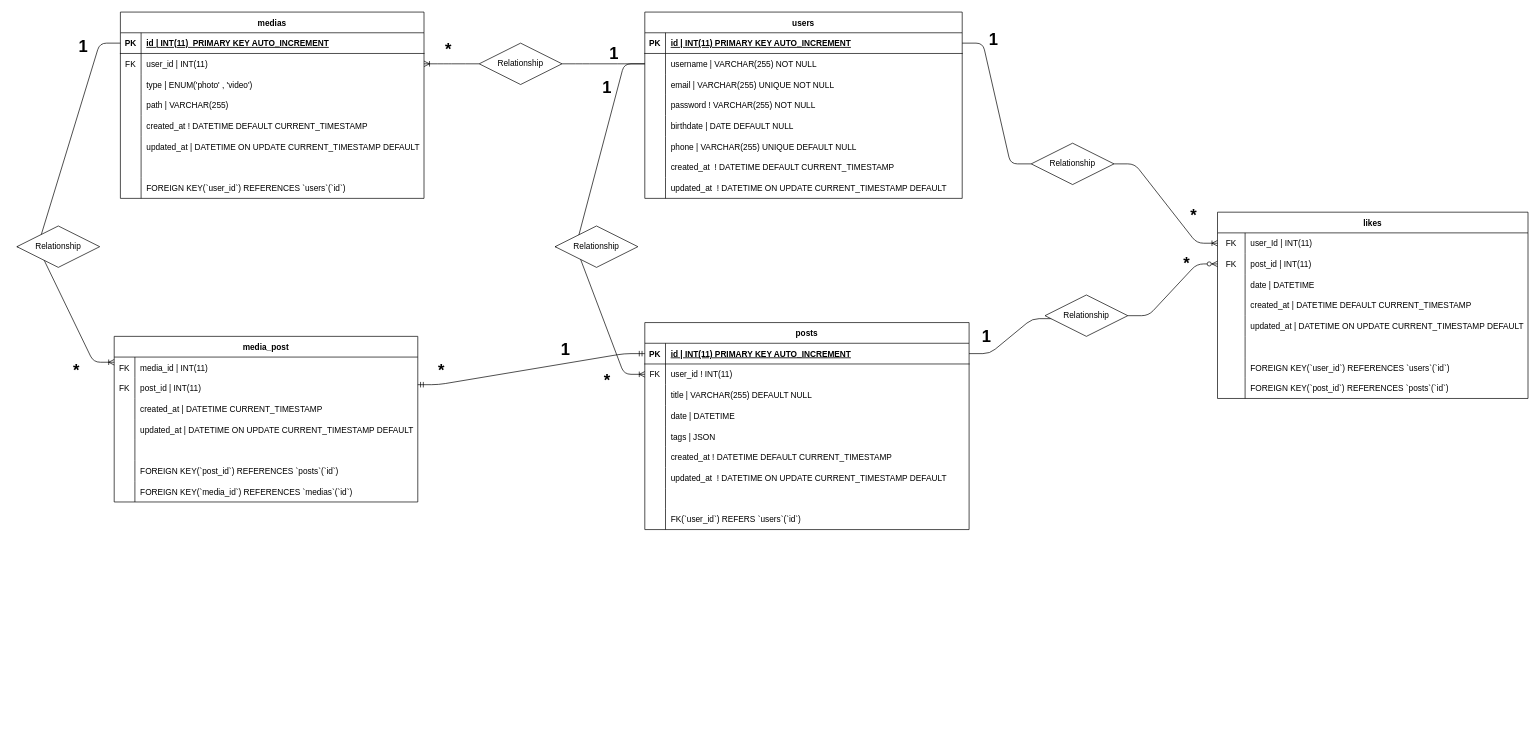
This is assets/img/ER-graph.drawio from simonemoretti94/social-platform, a draw.io file, before an edit. Source tidied: cells renumbered, new cells numbered last; positions are measured from the earlier drawing's top-left corner, leaving out a move shared by most shapes. Both pictures are drawn from the tidied source at 69%, with x=0, y=0 at pixel (17, 12).
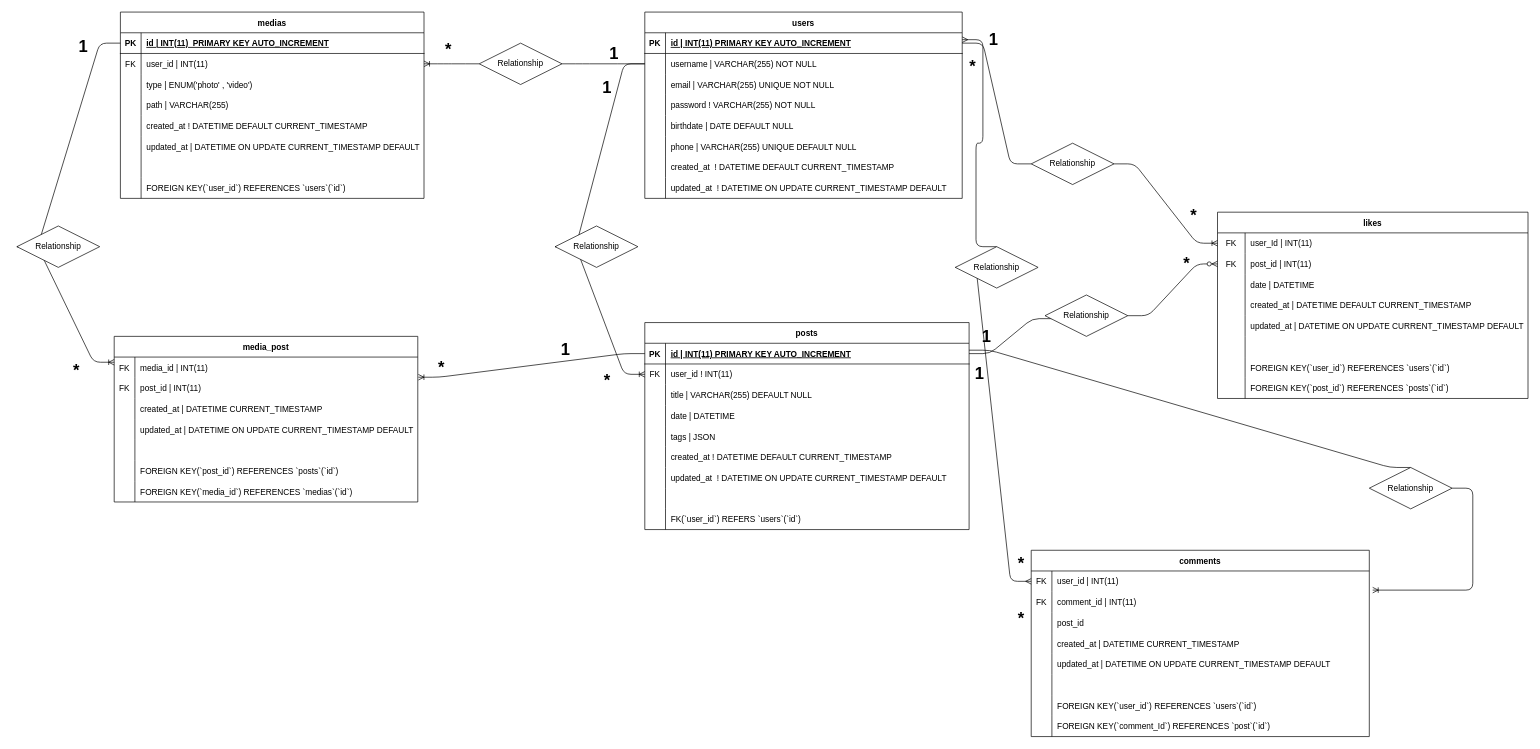
Above is the later version.

The change refers to these unchanged cells:
```xml
<mxCell id="28" style="shape=tableRow;horizontal=0;startSize=0;swimlaneHead=0;swimlaneBody=0;fillColor=none;points=[[0,0.5],[1,0.5]];portConstraint=eastwest;top=0;left=0;right=0;bottom=1;" parent="27" vertex="1">
  <mxGeometry y="30" width="470" height="30" as="geometry" />
</mxCell>
<mxCell id="119" style="shape=tableRow;horizontal=0;startSize=0;swimlaneHead=0;swimlaneBody=0;fillColor=none;points=[[0,0.5],[1,0.5]];portConstraint=eastwest;top=0;left=0;right=0;bottom=0;" parent="115" vertex="1">
  <mxGeometry y="60" width="440" height="30" as="geometry" />
</mxCell>
<mxCell id="147" value="1" style="text;strokeColor=none;fillColor=none;html=1;fontSize=24;fontStyle=1;verticalAlign=middle;align=center;" parent="1" vertex="1">
  <mxGeometry x="1370" y="20" width="90" height="40" as="geometry" />
</mxCell>
```

What changed in the source:
```diff
@@
-    <mxCell id="137" style="edgeStyle=entityRelationEdgeStyle;fontSize=12;html=1;endArrow=ERmandOne;startArrow=ERmandOne;entryX=0;entryY=0.5;entryDx=0;entryDy=0;" parent="1" edge="1" target="28">
-      <mxGeometry relative="1" as="geometry">
-        <mxPoint x="581" y="540" as="sourcePoint" />
-      </mxGeometry>
-    </mxCell>
@@
     <mxCell id="140" value="*" style="text;strokeColor=none;fillColor=none;html=1;fontSize=24;fontStyle=1;verticalAlign=middle;align=center;" parent="1" vertex="1">
-      <mxGeometry x="560" y="495" width="110" height="50" as="geometry" />
+      <mxGeometry x="560" y="490" width="110" height="50" as="geometry" />
     </mxCell>
@@
+    <mxCell id="155" style="edgeStyle=entityRelationEdgeStyle;fontSize=12;html=1;endArrow=ERoneToMany;exitX=0;exitY=0.5;exitDx=0;exitDy=0;entryX=1.002;entryY=-0.027;entryDx=0;entryDy=0;entryPerimeter=0;" parent="1" edge="1" source="28" target="119">
+      <mxGeometry relative="1" as="geometry" />
+    </mxCell>
+    <mxCell id="156" value="comments" style="shape=table;startSize=30;childLayout=tableLayout;rowLines=0;fontStyle=1;align=center;" parent="1" vertex="1">
+      <mxGeometry x="1470" y="780" width="490" height="270" as="geometry" />
+    </mxCell>
+    <mxCell id="157" style="shape=tableRow;horizontal=0;startSize=0;swimlaneHead=0;swimlaneBody=0;fillColor=none;points=[[0,0.5],[1,0.5]];portConstraint=eastwest;top=0;left=0;right=0;bottom=0;" parent="156" vertex="1">
+      <mxGeometry y="30" width="490" height="30" as="geometry" />
+    </mxCell>
+    <mxCell id="158" value="FK" style="shape=partialRectangle;fillColor=none;top=0;left=0;bottom=0;right=0;overflow=hidden;" parent="157" vertex="1">
+      <mxGeometry width="30" height="30" as="geometry" />
+    </mxCell>
+    <mxCell id="159" value="user_id | INT(11)" style="shape=partialRectangle;fillColor=none;top=0;left=0;bottom=0;right=0;align=left;spacingLeft=6;overflow=hidden;" parent="157" vertex="1">
+      <mxGeometry x="30" width="460" height="30" as="geometry" />
+    </mxCell>
+    <mxCell id="160" style="shape=tableRow;horizontal=0;startSize=0;swimlaneHead=0;swimlaneBody=0;fillColor=none;points=[[0,0.5],[1,0.5]];portConstraint=eastwest;top=0;left=0;right=0;bottom=0;" parent="156" vertex="1">
+      <mxGeometry y="60" width="490" height="30" as="geometry" />
+    </mxCell>
+    <mxCell id="161" value="FK" style="shape=partialRectangle;fillColor=none;top=0;left=0;bottom=0;right=0;overflow=hidden;" parent="160" vertex="1">
+      <mxGeometry width="30" height="30" as="geometry" />
+    </mxCell>
+    <mxCell id="162" value="comment_id | INT(11)" style="shape=partialRectangle;fillColor=none;top=0;left=0;bottom=0;right=0;align=left;spacingLeft=6;overflow=hidden;" parent="160" vertex="1">
+      <mxGeometry x="30" width="460" height="30" as="geometry" />
+    </mxCell>
+    <mxCell id="163" style="shape=tableRow;horizontal=0;startSize=0;swimlaneHead=0;swimlaneBody=0;fillColor=none;top=0;left=0;right=0;bottom=0;" parent="156" vertex="1">
+      <mxGeometry y="90" width="490" height="30" as="geometry" />
+    </mxCell>
+    <mxCell id="164" style="shape=partialRectangle;fillColor=none;top=0;left=0;bottom=0;right=0;overflow=hidden;" parent="163" vertex="1">
+      <mxGeometry width="30" height="30" as="geometry" />
+    </mxCell>
+    <mxCell id="165" value="post_id" style="shape=partialRectangle;fillColor=none;top=0;left=0;bottom=0;right=0;align=left;spacingLeft=6;overflow=hidden;" parent="163" vertex="1">
+      <mxGeometry x="30" width="460" height="30" as="geometry" />
+    </mxCell>
+    <mxCell id="166" style="shape=tableRow;horizontal=0;startSize=0;swimlaneHead=0;swimlaneBody=0;fillColor=none;top=0;left=0;right=0;bottom=0;" parent="156" vertex="1">
+      <mxGeometry y="120" width="490" height="30" as="geometry" />
+    </mxCell>
+    <mxCell id="167" style="shape=partialRectangle;fillColor=none;top=0;left=0;bottom=0;right=0;overflow=hidden;" parent="166" vertex="1">
+      <mxGeometry width="30" height="30" as="geometry" />
+    </mxCell>
+    <mxCell id="168" value="created_at | DATETIME CURRENT_TIMESTAMP" style="shape=partialRectangle;fillColor=none;top=0;left=0;bottom=0;right=0;align=left;spacingLeft=6;overflow=hidden;" parent="166" vertex="1">
+      <mxGeometry x="30" width="460" height="30" as="geometry" />
+    </mxCell>
+    <mxCell id="169" style="shape=tableRow;horizontal=0;startSize=0;swimlaneHead=0;swimlaneBody=0;fillColor=none;top=0;left=0;right=0;bottom=0;" parent="156" vertex="1">
+      <mxGeometry y="150" width="490" height="30" as="geometry" />
+    </mxCell>
+    <mxCell id="170" style="shape=partialRectangle;fillColor=none;top=0;left=0;bottom=0;right=0;overflow=hidden;" parent="169" vertex="1">
+      <mxGeometry width="30" height="30" as="geometry" />
+    </mxCell>
+    <mxCell id="171" value="updated_at | DATETIME ON UPDATE CURRENT_TIMESTAMP DEFAULT" style="shape=partialRectangle;fillColor=none;top=0;left=0;bottom=0;right=0;align=left;spacingLeft=6;overflow=hidden;" parent="169" vertex="1">
+      <mxGeometry x="30" width="460" height="30" as="geometry" />
+    </mxCell>
+    <mxCell id="172" style="shape=tableRow;horizontal=0;startSize=0;swimlaneHead=0;swimlaneBody=0;fillColor=none;top=0;left=0;right=0;bottom=0;" parent="156" vertex="1">
+      <mxGeometry y="180" width="490" height="30" as="geometry" />
+    </mxCell>
+    <mxCell id="173" style="shape=partialRectangle;fillColor=none;top=0;left=0;bottom=0;right=0;overflow=hidden;" parent="172" vertex="1">
+      <mxGeometry width="30" height="30" as="geometry" />
+    </mxCell>
+    <mxCell id="174" style="shape=partialRectangle;fillColor=none;top=0;left=0;bottom=0;right=0;align=left;spacingLeft=6;overflow=hidden;" parent="172" vertex="1">
+      <mxGeometry x="30" width="460" height="30" as="geometry" />
+    </mxCell>
+    <mxCell id="175" style="shape=tableRow;horizontal=0;startSize=0;swimlaneHead=0;swimlaneBody=0;fillColor=none;top=0;left=0;right=0;bottom=0;" parent="156" vertex="1">
+      <mxGeometry y="210" width="490" height="30" as="geometry" />
+    </mxCell>
+    <mxCell id="176" style="shape=partialRectangle;fillColor=none;top=0;left=0;bottom=0;right=0;overflow=hidden;" parent="175" vertex="1">
+      <mxGeometry width="30" height="30" as="geometry" />
+    </mxCell>
+    <mxCell id="177" value="FOREIGN KEY(`user_id`) REFERENCES `users`(`id`)" style="shape=partialRectangle;fillColor=none;top=0;left=0;bottom=0;right=0;align=left;spacingLeft=6;overflow=hidden;" parent="175" vertex="1">
+      <mxGeometry x="30" width="460" height="30" as="geometry" />
+    </mxCell>
+    <mxCell id="178" style="shape=tableRow;horizontal=0;startSize=0;swimlaneHead=0;swimlaneBody=0;fillColor=none;top=0;left=0;right=0;bottom=0;" parent="156" vertex="1">
+      <mxGeometry y="240" width="490" height="30" as="geometry" />
+    </mxCell>
+    <mxCell id="179" style="shape=partialRectangle;fillColor=none;top=0;left=0;bottom=0;right=0;overflow=hidden;" parent="178" vertex="1">
+      <mxGeometry width="30" height="30" as="geometry" />
+    </mxCell>
+    <mxCell id="180" value="FOREIGN KEY(`comment_Id`) REFERENCES `post`(`id`)" style="shape=partialRectangle;fillColor=none;top=0;left=0;bottom=0;right=0;align=left;spacingLeft=6;overflow=hidden;" parent="178" vertex="1">
+      <mxGeometry x="30" width="460" height="30" as="geometry" />
+    </mxCell>
+    <mxCell id="181" style="shape=partialRectangle;fillColor=none;top=0;left=0;bottom=0;right=0;align=left;spacingLeft=6;overflow=hidden;" parent="1" vertex="1">
+      <mxGeometry x="1090" y="930" width="410" height="30" as="geometry" />
+    </mxCell>
+    <mxCell id="182" style="shape=partialRectangle;fillColor=none;top=0;left=0;bottom=0;right=0;align=left;spacingLeft=6;overflow=hidden;" parent="1" vertex="1">
+      <mxGeometry x="1090" y="960" width="410" height="30" as="geometry" />
+    </mxCell>
+    <mxCell id="183" style="edgeStyle=entityRelationEdgeStyle;fontSize=12;html=1;endArrow=ERmany;startArrow=none;entryX=0;entryY=0.5;entryDx=0;entryDy=0;exitX=0;exitY=0.5;exitDx=0;exitDy=0;" parent="1" edge="1" source="190" target="157">
+      <mxGeometry relative="1" as="geometry" />
+    </mxCell>
+    <mxCell id="184" value="*" style="text;strokeColor=none;fillColor=none;html=1;fontSize=24;fontStyle=1;verticalAlign=middle;align=center;" parent="1" vertex="1">
+      <mxGeometry x="1360" y="70" width="50" height="20" as="geometry" />
+    </mxCell>
+    <mxCell id="185" value="*" style="text;strokeColor=none;fillColor=none;html=1;fontSize=24;fontStyle=1;verticalAlign=middle;align=center;" parent="1" vertex="1">
+      <mxGeometry x="1430" y="790" width="50" height="20" as="geometry" />
+    </mxCell>
+    <mxCell id="186" style="edgeStyle=entityRelationEdgeStyle;fontSize=12;html=1;endArrow=ERoneToMany;entryX=1.01;entryY=-0.075;entryDx=0;entryDy=0;startArrow=none;entryPerimeter=0;" parent="1" edge="1" source="192" target="160">
+      <mxGeometry relative="1" as="geometry" />
+    </mxCell>
+    <mxCell id="187" value="1" style="text;strokeColor=none;fillColor=none;html=1;fontSize=24;fontStyle=1;verticalAlign=middle;align=center;" parent="1" vertex="1">
+      <mxGeometry x="1350" y="505" width="90" height="40" as="geometry" />
+    </mxCell>
+    <mxCell id="188" value="*" style="text;strokeColor=none;fillColor=none;html=1;fontSize=24;fontStyle=1;verticalAlign=middle;align=center;" parent="1" vertex="1">
+      <mxGeometry x="1430" y="870" width="50" height="20" as="geometry" />
+    </mxCell>
+    <mxCell id="189" style="edgeStyle=entityRelationEdgeStyle;fontSize=12;html=1;endArrow=none;startArrow=ERmany;entryX=0.5;entryY=0;entryDx=0;entryDy=0;exitX=0;exitY=0.5;exitDx=0;exitDy=0;" parent="1" edge="1" source="147" target="190">
+      <mxGeometry relative="1" as="geometry" />
+    </mxCell>
+    <mxCell id="190" value="Relationship" style="shape=rhombus;perimeter=rhombusPerimeter;whiteSpace=wrap;html=1;align=center;" parent="1" vertex="1">
+      <mxGeometry x="1360" y="340" width="120" height="60" as="geometry" />
+    </mxCell>
+    <mxCell id="191" style="edgeStyle=entityRelationEdgeStyle;fontSize=12;html=1;endArrow=none;entryX=0.5;entryY=0;entryDx=0;entryDy=0;" parent="1" edge="1" target="192">
+      <mxGeometry relative="1" as="geometry">
+        <mxPoint x="1380" y="490" as="sourcePoint" />
+      </mxGeometry>
+    </mxCell>
+    <mxCell id="192" value="Relationship" style="shape=rhombus;perimeter=rhombusPerimeter;whiteSpace=wrap;html=1;align=center;" parent="1" vertex="1">
+      <mxGeometry x="1960" y="660" width="120" height="60" as="geometry" />
+    </mxCell>
```
